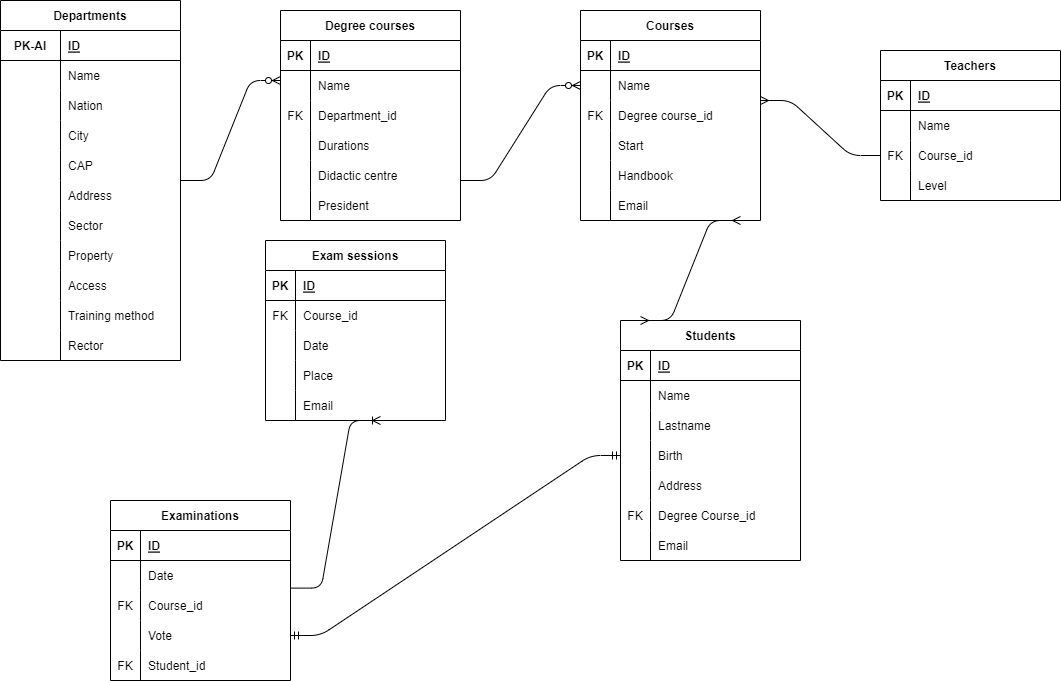
cristinagiacobbe/db-university keeps this draw.io diagram as schema.png. Above is the earlier version. Source tidied: cells renumbered, new cells last; positions are measured from the earlier drawing's top-left corner, leaving out a move shared by most shapes.
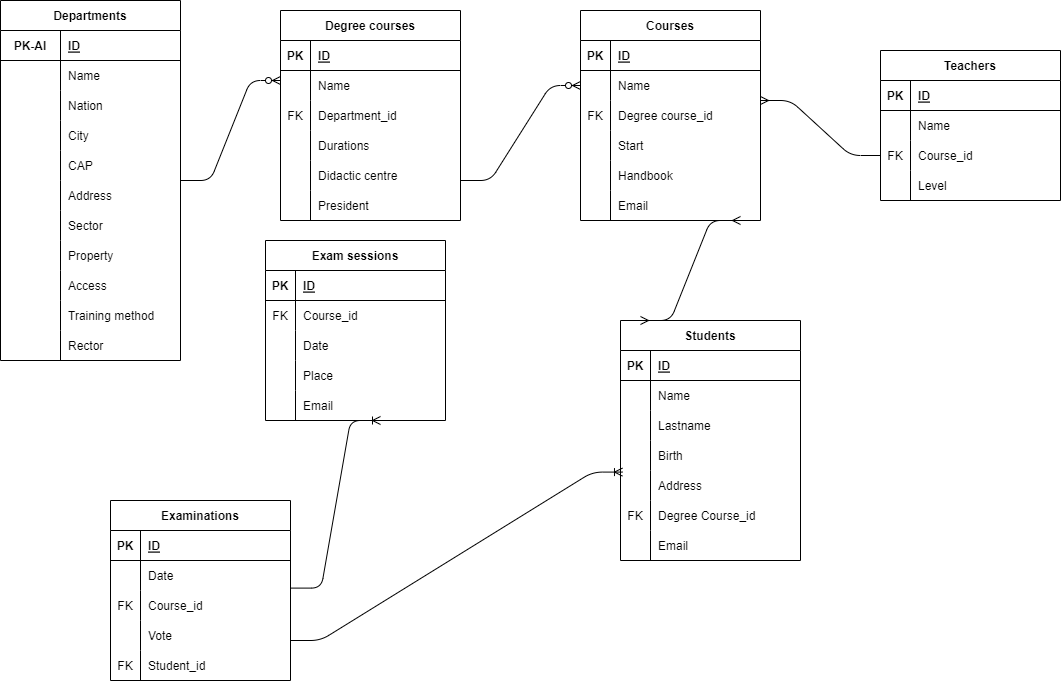
Later version of the same file.

What changed in the source:
```diff
@@ -444,8 +444,10 @@
         <mxPoint x="380" y="420" as="targetPoint" />
       </mxGeometry>
     </mxCell>
-    <mxCell id="146" style="edgeStyle=entityRelationEdgeStyle;fontSize=12;html=1;endArrow=ERmandOne;startArrow=ERmandOne;entryX=0;entryY=0.5;entryDx=0;entryDy=0;exitX=1;exitY=0.5;exitDx=0;exitDy=0;" parent="1" edge="1" source="135" target="113">
-      <mxGeometry relative="1" as="geometry" />
+    <mxCell id="146" style="edgeStyle=entityRelationEdgeStyle;fontSize=12;html=1;endArrow=ERoneToMany;entryX=0.011;entryY=0.053;entryDx=0;entryDy=0;entryPerimeter=0;" parent="1" edge="1" target="116">
+      <mxGeometry relative="1" as="geometry">
+        <mxPoint x="290" y="640" as="sourcePoint" />
+      </mxGeometry>
     </mxCell>
   </root>
 </mxGraphModel>
```
